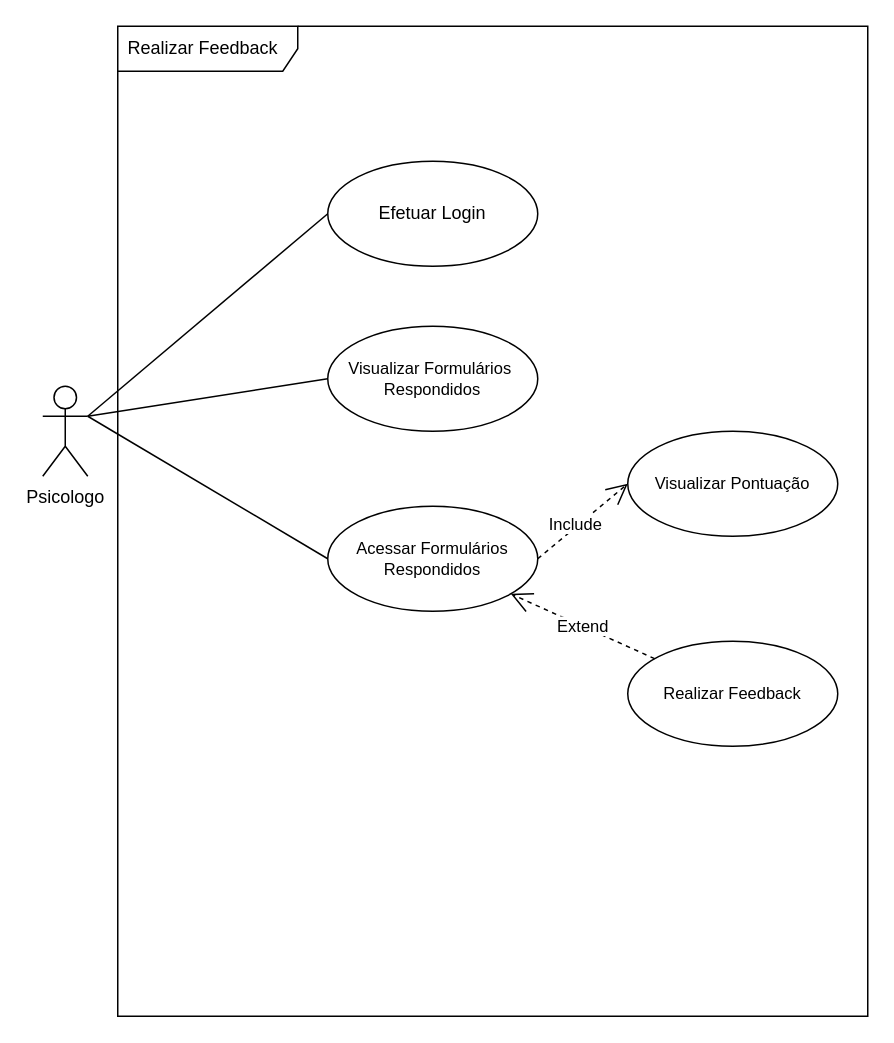
charlesYS/use-case-chillout keeps this draw.io diagram as use-case-feedback.drawio. Above is the earlier version. Source tidied: cells renumbered, new cells numbered last; positions are measured from the earlier drawing's top-left corner, leaving out a move shared by most shapes. Both pictures are drawn from the tidied source at 150%, with x=0, y=0 at pixel (42, 26).
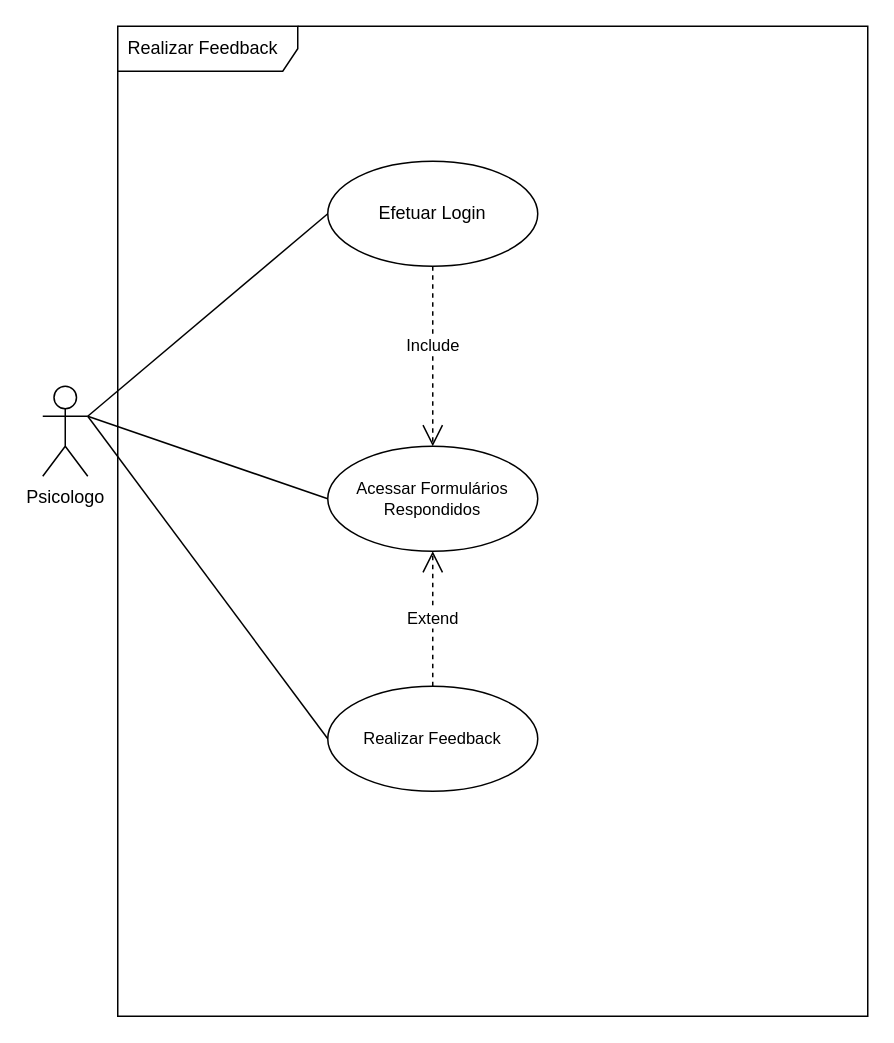
After the change.

What changed in the source:
```diff
@@
 <mxGraphModel>
   <root>
     <mxCell id="0" />
     <mxCell id="1" parent="0" />
     <mxCell id="2" value="Realizar Feedback" style="shape=umlFrame;whiteSpace=wrap;html=1;width=120;height=30;boundedLbl=1;verticalAlign=middle;align=left;spacingLeft=5;" parent="1" vertex="1">
       <mxGeometry x="50" width="500" height="660" as="geometry" />
     </mxCell>
-    <mxCell id="3" style="edgeStyle=none;shape=connector;rounded=0;jettySize=auto;html=1;exitX=1;exitY=0.3333333333333333;exitDx=0;exitDy=0;exitPerimeter=0;entryX=0;entryY=0.5;entryDx=0;entryDy=0;labelBackgroundColor=default;fontFamily=Helvetica;fontSize=11;fontColor=default;endArrow=none;strokeColor=default;" parent="1" edge="1" source="5" target="8">
-      <mxGeometry relative="1" as="geometry" />
-    </mxCell>
     <mxCell id="4" style="edgeStyle=none;shape=connector;rounded=0;jettySize=auto;html=1;exitX=1;exitY=0.3333333333333333;exitDx=0;exitDy=0;exitPerimeter=0;entryX=0;entryY=0.5;entryDx=0;entryDy=0;labelBackgroundColor=default;fontFamily=Helvetica;fontSize=11;fontColor=default;endArrow=none;strokeColor=default;" parent="1" edge="1" source="5" target="9">
       <mxGeometry relative="1" as="geometry" />
     </mxCell>
     <mxCell id="5" value="Psicologo" style="shape=umlActor;verticalLabelPosition=bottom;verticalAlign=top;html=1;" parent="1" vertex="1">
       <mxGeometry y="240" width="30" height="60" as="geometry" />
     </mxCell>
     <mxCell id="6" value="Efetuar Login" style="ellipse;whiteSpace=wrap;html=1;" parent="1" vertex="1">
       <mxGeometry x="190" y="90" width="140" height="70" as="geometry" />
     </mxCell>
     <mxCell id="7" style="endArrow=none;html=1;rounded=0;exitX=1;exitY=0.3333333333333333;exitDx=0;exitDy=0;exitPerimeter=0;entryX=0;entryY=0.5;entryDx=0;entryDy=0;" parent="1" edge="1" source="5" target="6">
       <mxGeometry relative="1" as="geometry" />
     </mxCell>
-    <mxCell id="8" value="Visualizar Formulários&amp;nbsp;&lt;br&gt;Respondidos" style="ellipse;whiteSpace=wrap;html=1;fontFamily=Helvetica;fontSize=11;fontColor=default;" parent="1" vertex="1">
-      <mxGeometry x="190" y="200" width="140" height="70" as="geometry" />
-    </mxCell>
     <mxCell id="9" value="Acessar Formulários Respondidos" style="ellipse;whiteSpace=wrap;html=1;fontFamily=Helvetica;fontSize=11;fontColor=default;" parent="1" vertex="1">
-      <mxGeometry x="190" y="320" width="140" height="70" as="geometry" />
+      <mxGeometry x="190" y="280" width="140" height="70" as="geometry" />
     </mxCell>
-    <mxCell id="10" value="Visualizar Pontuação" style="ellipse;whiteSpace=wrap;html=1;fontFamily=Helvetica;fontSize=11;fontColor=default;" parent="1" vertex="1">
-      <mxGeometry x="390" y="270" width="140" height="70" as="geometry" />
-    </mxCell>
     <mxCell id="11" value="Realizar Feedback" style="ellipse;whiteSpace=wrap;html=1;fontFamily=Helvetica;fontSize=11;fontColor=default;" parent="1" vertex="1">
-      <mxGeometry x="390" y="410" width="140" height="70" as="geometry" />
+      <mxGeometry x="190" y="440" width="140" height="70" as="geometry" />
     </mxCell>
+    <mxCell id="13" value="Extend" style="endArrow=open;endSize=12;dashed=1;html=1;rounded=0;" parent="1" edge="1" source="11" target="9">
+      <mxGeometry relative="1" as="geometry" />
+    </mxCell>
-    <mxCell id="12" value="Include" style="endArrow=open;endSize=12;dashed=1;html=1;rounded=0;entryX=0;entryY=0.5;entryDx=0;entryDy=0;exitX=1;exitY=0.5;exitDx=0;exitDy=0;" parent="1" edge="1" source="9" target="10">
-      <mxGeometry x="-0.12" y="2" relative="1" as="geometry" />
+    <mxCell id="12" value="Include" style="endArrow=open;endSize=12;dashed=1;html=1;rounded=0;exitX=0.5;exitY=1;exitDx=0;exitDy=0;" parent="1" edge="1" source="6" target="9">
+      <mxGeometry x="-0.12" relative="1" as="geometry">
+        <Array as="points">
+          <mxPoint x="260" y="240" />
+        </Array>
+      </mxGeometry>
     </mxCell>
-    <mxCell id="13" value="Extend" style="endArrow=open;endSize=12;dashed=1;html=1;rounded=0;" parent="1" edge="1" source="11" target="9">
-      <mxGeometry relative="1" as="geometry" />
-    </mxCell>
+    <mxCell id="14" style="endArrow=none;html=1;rounded=0;entryX=0;entryY=0.5;entryDx=0;entryDy=0;exitX=1;exitY=0.3333333333333333;exitDx=0;exitDy=0;exitPerimeter=0;" parent="1" edge="1" source="5" target="11">
+      <mxGeometry relative="1" as="geometry" />
+    </mxCell>
   </root>
 </mxGraphModel>
```
